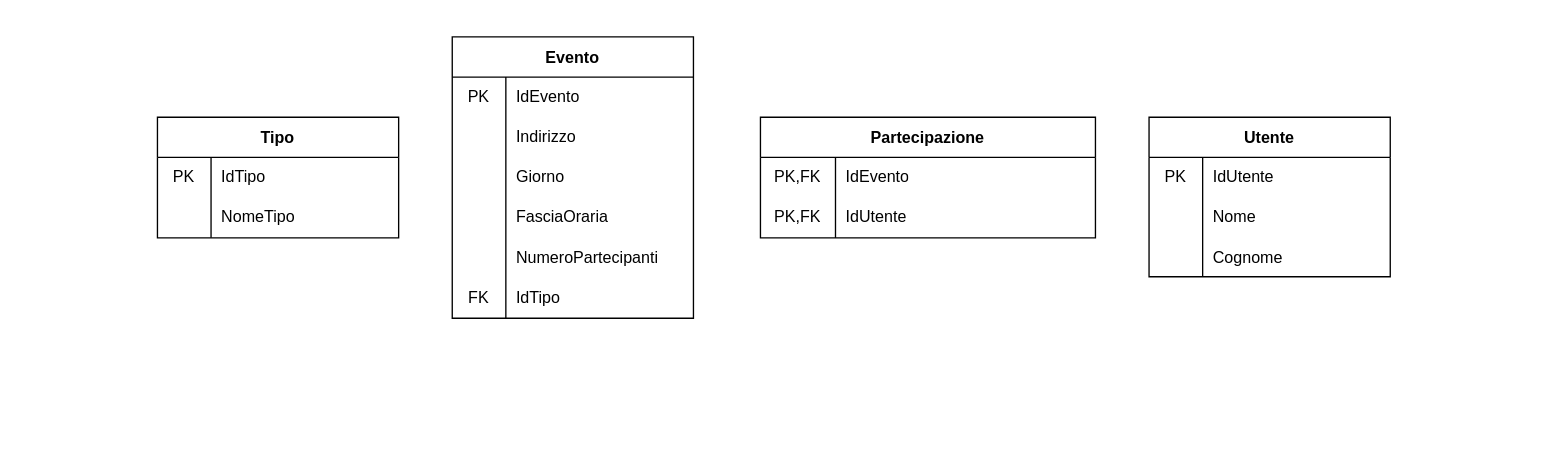
TechnoWarriorITS/Aggregatore_sociale_TechnoWarriors keeps this draw.io diagram as DataBase/schemaDatabaseLogico.drawio. Above is the earlier version. Source tidied: cells renumbered, new cells numbered last; positions are measured from the earlier drawing's top-left corner, leaving out a move shared by most shapes. Both pictures are drawn from the tidied source at 134%, with x=0, y=0 at pixel (157, 36).
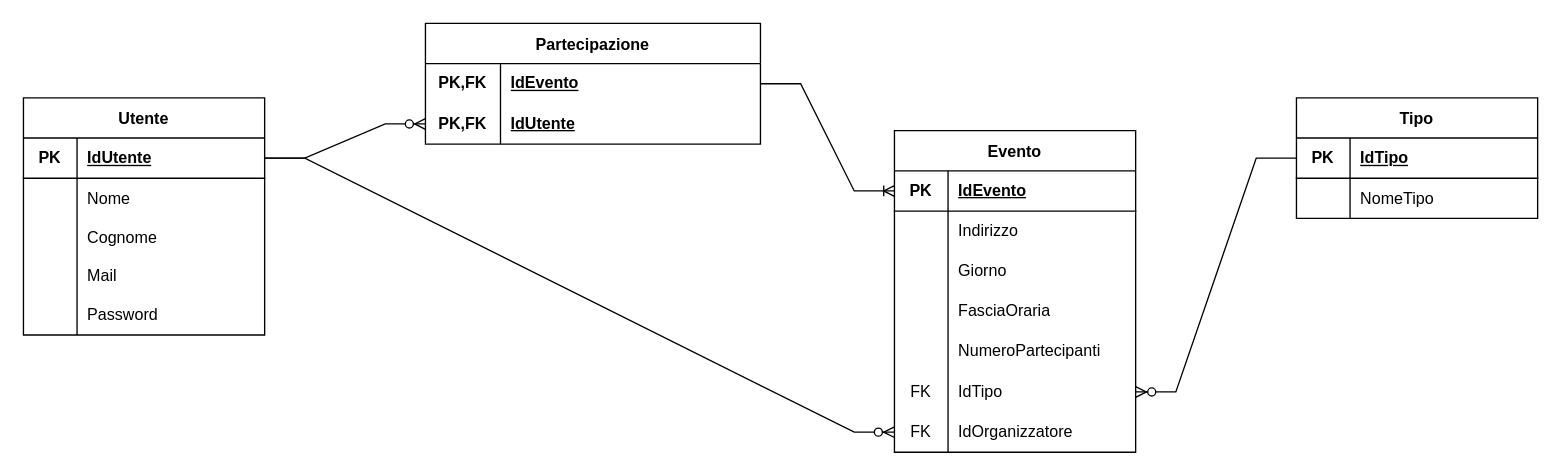
The same page after the edit.

Commit message:
Schema logico Database versione 1.1

Unchanged cells that the change refers to:
```xml
<mxCell id="25" style="shape=tableRow;horizontal=0;startSize=0;swimlaneHead=0;swimlaneBody=0;top=0;left=0;bottom=0;right=0;fillColor=none;points=[[0,0.5],[1,0.5]];portConstraint=eastwest;" parent="9" vertex="1">
  <mxGeometry y="180" width="180" height="30" as="geometry" />
</mxCell>
<mxCell id="32" style="shape=tableRow;horizontal=0;startSize=0;swimlaneHead=0;swimlaneBody=0;top=0;left=0;bottom=0;right=0;fillColor=none;points=[[0,0.5],[1,0.5]];portConstraint=eastwest;" parent="28" vertex="1">
  <mxGeometry y="60" width="250" height="30" as="geometry" />
</mxCell>
```

What changed in the source:
```diff
@@
     <mxCell id="2" value="Tipo" style="shape=table;startSize=30;childLayout=tableLayout;rowLines=0;fontStyle=1;" parent="1" vertex="1">
-      <mxGeometry y="60" width="180" height="90" as="geometry" />
+      <mxGeometry x="850" y="45.5" width="180" height="90" as="geometry" />
     </mxCell>
-    <mxCell id="3" style="shape=tableRow;horizontal=0;startSize=0;swimlaneHead=0;swimlaneBody=0;top=0;left=0;bottom=0;right=0;fillColor=none;points=[[0,0.5],[1,0.5]];portConstraint=eastwest;" parent="2" vertex="1">
+    <mxCell id="3" style="shape=tableRow;horizontal=0;startSize=0;swimlaneHead=0;swimlaneBody=0;top=0;left=0;bottom=1;right=0;fillColor=none;points=[[0,0.5],[1,0.5]];portConstraint=eastwest;" parent="2" vertex="1">
       <mxGeometry y="30" width="180" height="30" as="geometry" />
     </mxCell>
-    <mxCell id="4" value="PK" style="shape=partialRectangle;html=1;whiteSpace=wrap;fillColor=none;top=0;left=0;bottom=0;right=0;overflow=hidden;" parent="3" vertex="1">
+    <mxCell id="4" value="PK" style="shape=partialRectangle;html=1;whiteSpace=wrap;fillColor=none;top=0;left=0;bottom=0;right=0;overflow=hidden;fontStyle=1;" parent="3" vertex="1">
       <mxGeometry width="40" height="30" as="geometry" />
     </mxCell>
-    <mxCell id="5" value="IdTipo" style="shape=partialRectangle;html=1;whiteSpace=wrap;fillColor=none;top=0;left=0;bottom=0;right=0;align=left;spacingLeft=6;overflow=hidden;" parent="3" vertex="1">
+    <mxCell id="5" value="&lt;u&gt;IdTipo&lt;/u&gt;" style="shape=partialRectangle;html=1;whiteSpace=wrap;fillColor=none;top=0;left=0;bottom=0;right=0;align=left;spacingLeft=6;overflow=hidden;fontStyle=1;" parent="3" vertex="1">
       <mxGeometry x="40" width="140" height="30" as="geometry" />
     </mxCell>
@@
     <mxCell id="9" value="Evento" style="shape=table;startSize=30;childLayout=tableLayout;rowLines=0;fontStyle=1;" parent="1" vertex="1">
-      <mxGeometry x="220" width="180" height="210" as="geometry" />
+      <mxGeometry x="550" y="70" width="180" height="240" as="geometry" />
     </mxCell>
-    <mxCell id="10" style="shape=tableRow;horizontal=0;startSize=0;swimlaneHead=0;swimlaneBody=0;top=0;left=0;bottom=0;right=0;fillColor=none;points=[[0,0.5],[1,0.5]];portConstraint=eastwest;" parent="9" vertex="1">
+    <mxCell id="10" style="shape=tableRow;horizontal=0;startSize=0;swimlaneHead=0;swimlaneBody=0;top=0;left=0;bottom=1;right=0;fillColor=none;points=[[0,0.5],[1,0.5]];portConstraint=eastwest;strokeColor=default;perimeterSpacing=0;" parent="9" vertex="1">
       <mxGeometry y="30" width="180" height="30" as="geometry" />
     </mxCell>
-    <mxCell id="11" value="PK" style="shape=partialRectangle;html=1;whiteSpace=wrap;fillColor=none;top=0;left=0;bottom=0;right=0;overflow=hidden;" parent="10" vertex="1">
+    <mxCell id="11" value="PK" style="shape=partialRectangle;html=1;whiteSpace=wrap;fillColor=none;top=0;left=0;bottom=0;right=0;overflow=hidden;fontStyle=1;" parent="10" vertex="1">
       <mxGeometry width="40" height="30" as="geometry" />
     </mxCell>
-    <mxCell id="12" value="IdEvento" style="shape=partialRectangle;html=1;whiteSpace=wrap;fillColor=none;top=0;left=0;bottom=0;right=0;align=left;spacingLeft=6;overflow=hidden;" parent="10" vertex="1">
+    <mxCell id="12" value="&lt;u&gt;&lt;b&gt;IdEvento&lt;/b&gt;&lt;/u&gt;" style="shape=partialRectangle;html=1;whiteSpace=wrap;fillColor=none;top=0;left=0;bottom=0;right=0;align=left;spacingLeft=6;overflow=hidden;" parent="10" vertex="1">
       <mxGeometry x="40" width="140" height="30" as="geometry" />
     </mxCell>
@@
+    <mxCell id="45" style="shape=tableRow;horizontal=0;startSize=0;swimlaneHead=0;swimlaneBody=0;top=0;left=0;bottom=0;right=0;fillColor=none;points=[[0,0.5],[1,0.5]];portConstraint=eastwest;" parent="9" vertex="1">
+      <mxGeometry y="210" width="180" height="30" as="geometry" />
+    </mxCell>
+    <mxCell id="46" value="FK" style="shape=partialRectangle;html=1;whiteSpace=wrap;fillColor=none;top=0;left=0;bottom=0;right=0;overflow=hidden;" parent="45" vertex="1">
+      <mxGeometry width="40" height="30" as="geometry" />
+    </mxCell>
+    <mxCell id="47" value="IdOrganizzatore" style="shape=partialRectangle;html=1;whiteSpace=wrap;fillColor=none;top=0;left=0;bottom=0;right=0;align=left;spacingLeft=6;overflow=hidden;" parent="45" vertex="1">
+      <mxGeometry x="40" width="140" height="30" as="geometry" />
+    </mxCell>
     <mxCell id="28" value="Partecipazione" style="shape=table;startSize=30;childLayout=tableLayout;rowLines=0;fontStyle=1;" parent="1" vertex="1">
-      <mxGeometry x="450" y="60" width="250" height="90" as="geometry" />
+      <mxGeometry x="200" y="-10" width="250" height="90" as="geometry" />
     </mxCell>
-    <mxCell id="29" style="shape=tableRow;horizontal=0;startSize=0;swimlaneHead=0;swimlaneBody=0;top=0;left=0;bottom=0;right=0;fillColor=none;" parent="28" vertex="1">
+    <mxCell id="29" style="shape=tableRow;horizontal=0;startSize=0;swimlaneHead=0;swimlaneBody=0;top=0;left=0;bottom=0;right=0;fillColor=none;fontStyle=1;" parent="28" vertex="1">
       <mxGeometry y="30" width="250" height="30" as="geometry" />
     </mxCell>
-    <mxCell id="30" value="PK,FK" style="shape=partialRectangle;html=1;whiteSpace=wrap;fillColor=none;top=0;left=0;bottom=0;right=0;overflow=hidden;" parent="29" vertex="1">
+    <mxCell id="30" value="&lt;b&gt;PK,FK&lt;/b&gt;" style="shape=partialRectangle;html=1;whiteSpace=wrap;fillColor=none;top=0;left=0;bottom=0;right=0;overflow=hidden;" parent="29" vertex="1">
       <mxGeometry width="56" height="30" as="geometry" />
     </mxCell>
-    <mxCell id="31" value="IdEvento" style="shape=partialRectangle;html=1;whiteSpace=wrap;fillColor=none;top=0;left=0;bottom=0;right=0;align=left;spacingLeft=6;overflow=hidden;" parent="29" vertex="1">
+    <mxCell id="31" value="&lt;u&gt;&lt;b&gt;IdEvento&lt;/b&gt;&lt;/u&gt;" style="shape=partialRectangle;html=1;whiteSpace=wrap;fillColor=none;top=0;left=0;bottom=0;right=0;align=left;spacingLeft=6;overflow=hidden;" parent="29" vertex="1">
       <mxGeometry x="56" width="194" height="30" as="geometry" />
     </mxCell>
@@
-    <mxCell id="33" value="PK,FK" style="shape=partialRectangle;html=1;whiteSpace=wrap;fillColor=none;top=0;left=0;bottom=0;right=0;overflow=hidden;" parent="32" vertex="1">
+    <mxCell id="33" value="PK,FK" style="shape=partialRectangle;html=1;whiteSpace=wrap;fillColor=none;top=0;left=0;bottom=0;right=0;overflow=hidden;fontStyle=1;" parent="32" vertex="1">
       <mxGeometry width="56" height="30" as="geometry" />
     </mxCell>
-    <mxCell id="34" value="IdUtente" style="shape=partialRectangle;html=1;whiteSpace=wrap;fillColor=none;top=0;left=0;bottom=0;right=0;align=left;spacingLeft=6;overflow=hidden;" parent="32" vertex="1">
+    <mxCell id="34" value="&lt;u&gt;IdUtente&lt;/u&gt;" style="shape=partialRectangle;html=1;whiteSpace=wrap;fillColor=none;top=0;left=0;bottom=0;right=0;align=left;spacingLeft=6;overflow=hidden;fontStyle=1;" parent="32" vertex="1">
       <mxGeometry x="56" width="194" height="30" as="geometry" />
     </mxCell>
     <mxCell id="35" value="Utente" style="shape=table;startSize=30;childLayout=tableLayout;rowLines=0;fontStyle=1;" parent="1" vertex="1">
-      <mxGeometry x="740" y="60" width="180" height="119" as="geometry" />
+      <mxGeometry x="-100" y="45.5" width="180" height="177" as="geometry" />
     </mxCell>
-    <mxCell id="36" style="shape=tableRow;horizontal=0;startSize=0;swimlaneHead=0;swimlaneBody=0;top=0;left=0;bottom=0;right=0;fillColor=none;points=[[0,0.5],[1,0.5]];portConstraint=eastwest;" parent="35" vertex="1">
+    <mxCell id="36" style="shape=tableRow;horizontal=0;startSize=0;swimlaneHead=0;swimlaneBody=0;top=0;left=0;bottom=1;right=0;fillColor=none;points=[[0,0.5],[1,0.5]];portConstraint=eastwest;fontStyle=0;" parent="35" vertex="1">
       <mxGeometry y="30" width="180" height="30" as="geometry" />
     </mxCell>
-    <mxCell id="37" value="PK" style="shape=partialRectangle;html=1;whiteSpace=wrap;fillColor=none;top=0;left=0;bottom=0;right=0;overflow=hidden;" parent="36" vertex="1">
+    <mxCell id="37" value="PK" style="shape=partialRectangle;html=1;whiteSpace=wrap;fillColor=none;top=0;left=0;bottom=0;right=0;overflow=hidden;fontStyle=1;" parent="36" vertex="1">
       <mxGeometry width="40" height="30" as="geometry" />
     </mxCell>
-    <mxCell id="38" value="IdUtente" style="shape=partialRectangle;html=1;whiteSpace=wrap;fillColor=none;top=0;left=0;bottom=0;right=0;align=left;spacingLeft=6;overflow=hidden;" parent="36" vertex="1">
+    <mxCell id="38" value="&lt;u&gt;IdUtente&lt;/u&gt;" style="shape=partialRectangle;html=1;whiteSpace=wrap;fillColor=none;top=0;left=0;bottom=0;right=0;align=left;spacingLeft=6;overflow=hidden;fontStyle=1;" parent="36" vertex="1">
       <mxGeometry x="40" width="140" height="30" as="geometry" />
     </mxCell>
@@
+    <mxCell id="48" style="shape=tableRow;horizontal=0;startSize=0;swimlaneHead=0;swimlaneBody=0;top=0;left=0;bottom=0;right=0;fillColor=none;" parent="35" vertex="1">
+      <mxGeometry y="119" width="180" height="29" as="geometry" />
+    </mxCell>
+    <mxCell id="49" style="shape=partialRectangle;html=1;whiteSpace=wrap;fillColor=none;top=0;left=0;bottom=0;right=0;overflow=hidden;" parent="48" vertex="1">
+      <mxGeometry width="40" height="29" as="geometry" />
+    </mxCell>
+    <mxCell id="50" value="Mail" style="shape=partialRectangle;html=1;whiteSpace=wrap;fillColor=none;top=0;left=0;bottom=0;right=0;align=left;spacingLeft=6;overflow=hidden;" parent="48" vertex="1">
+      <mxGeometry x="40" width="140" height="29" as="geometry" />
+    </mxCell>
+    <mxCell id="51" style="shape=tableRow;horizontal=0;startSize=0;swimlaneHead=0;swimlaneBody=0;top=0;left=0;bottom=0;right=0;fillColor=none;" parent="35" vertex="1">
+      <mxGeometry y="148" width="180" height="29" as="geometry" />
+    </mxCell>
+    <mxCell id="52" style="shape=partialRectangle;html=1;whiteSpace=wrap;fillColor=none;top=0;left=0;bottom=0;right=0;overflow=hidden;" parent="51" vertex="1">
+      <mxGeometry width="40" height="29" as="geometry" />
+    </mxCell>
+    <mxCell id="53" value="Password" style="shape=partialRectangle;html=1;whiteSpace=wrap;fillColor=none;top=0;left=0;bottom=0;right=0;align=left;spacingLeft=6;overflow=hidden;" parent="51" vertex="1">
+      <mxGeometry x="40" width="140" height="29" as="geometry" />
+    </mxCell>
+    <mxCell id="54" style="edgeStyle=entityRelationEdgeStyle;fontSize=12;html=1;endArrow=ERzeroToMany;endFill=1;rounded=0;exitX=1;exitY=0.5;exitDx=0;exitDy=0;entryX=0;entryY=0.5;entryDx=0;entryDy=0;" parent="1" edge="1" source="36" target="32">
+      <mxGeometry relative="1" as="geometry" />
+    </mxCell>
+    <mxCell id="55" style="edgeStyle=entityRelationEdgeStyle;fontSize=12;html=1;endArrow=ERoneToMany;rounded=0;exitX=1;exitY=0.5;exitDx=0;exitDy=0;entryX=0;entryY=0.5;entryDx=0;entryDy=0;" parent="1" edge="1" source="28" target="10">
+      <mxGeometry relative="1" as="geometry" />
+    </mxCell>
+    <mxCell id="56" style="edgeStyle=entityRelationEdgeStyle;fontSize=12;html=1;endArrow=ERzeroToMany;endFill=1;rounded=0;exitX=0;exitY=0.5;exitDx=0;exitDy=0;entryX=1;entryY=0.5;entryDx=0;entryDy=0;" parent="1" edge="1" source="3" target="25">
+      <mxGeometry relative="1" as="geometry" />
+    </mxCell>
+    <mxCell id="57" style="edgeStyle=entityRelationEdgeStyle;fontSize=12;html=1;endArrow=ERzeroToMany;endFill=1;rounded=0;exitX=1;exitY=0.5;exitDx=0;exitDy=0;entryX=0;entryY=0.5;entryDx=0;entryDy=0;" parent="1" edge="1" source="36" target="45">
+      <mxGeometry relative="1" as="geometry" />
+    </mxCell>
```
